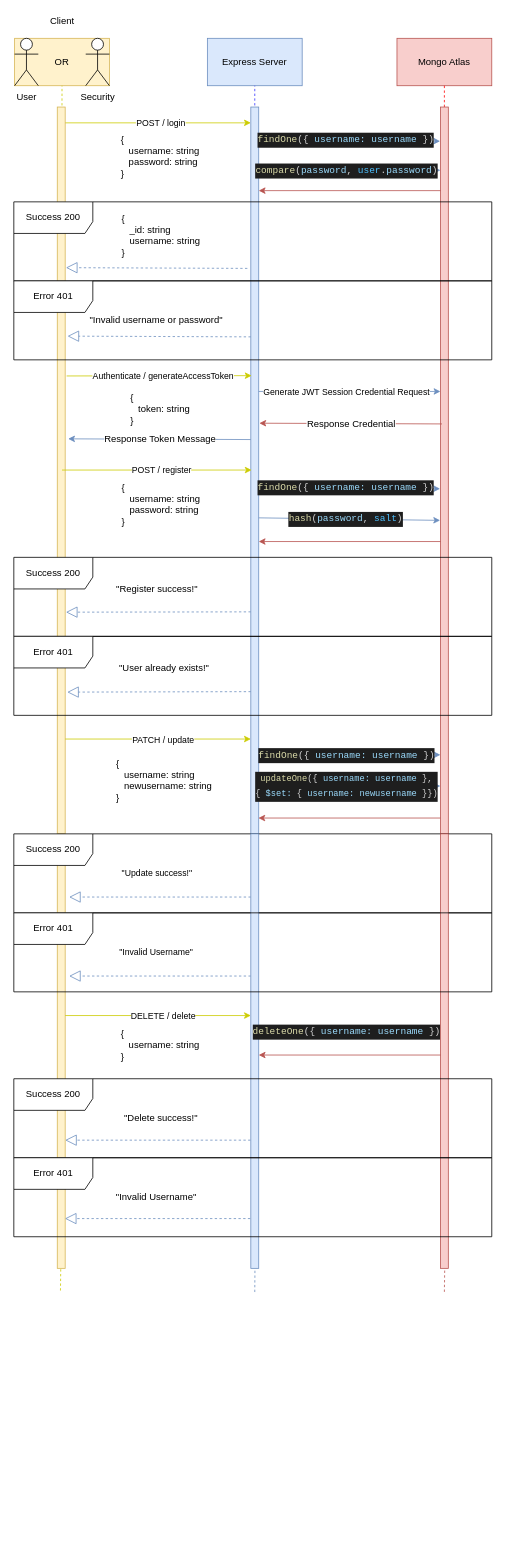
This is page "Page-3" (3 of 3) of Entity Relationship Diagram & Use Case Diagram & Sequence Diagram.drawio from YiDong7120/Visitor-Management-System, a draw.io file, before an edit. Source tidied: cells renumbered, new cells numbered last; positions are measured from the earlier drawing's top-left corner, leaving out a move shared by most shapes. Both pictures are drawn from the tidied source at 79%, with x=0, y=0 at pixel (13, 13).
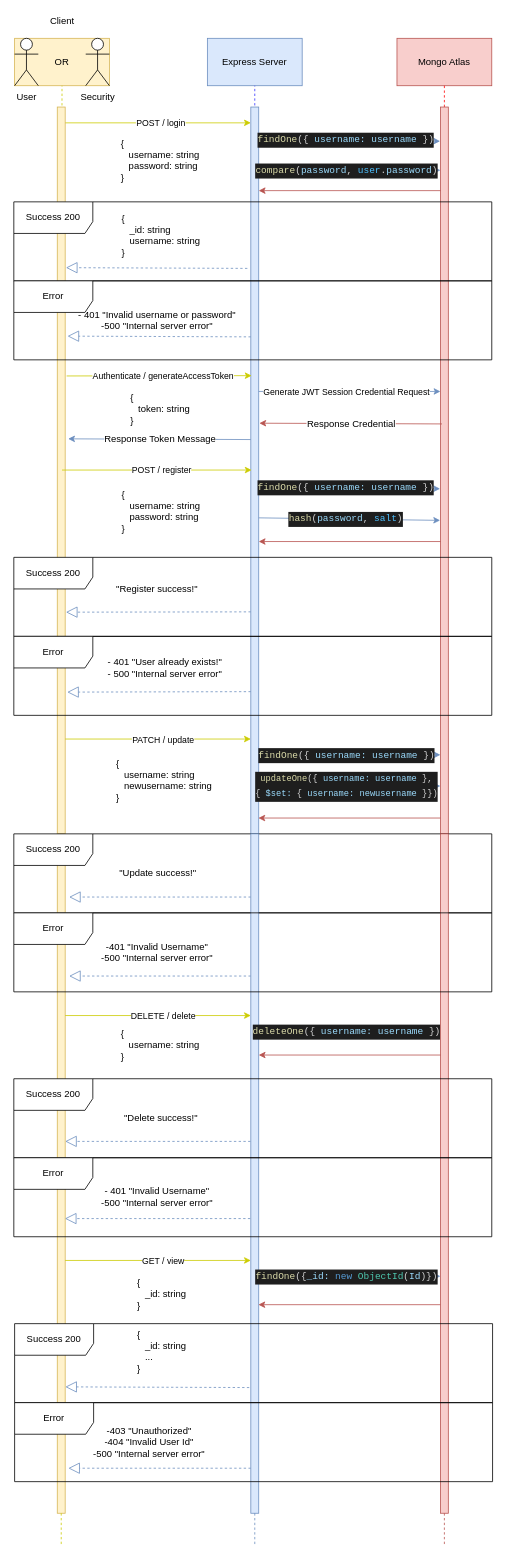
The same diagram, later.

The edit, as a diff of the source:
```diff
@@
     <mxCell id="13" value="&lt;div style=&quot;text-align: left&quot;&gt;&lt;span&gt;&amp;nbsp; &amp;nbsp;{&lt;/span&gt;&lt;/div&gt;&lt;div style=&quot;text-align: left&quot;&gt;&lt;span&gt;&amp;nbsp; &amp;nbsp; &amp;nbsp; username: string&lt;/span&gt;&lt;/div&gt;&lt;div style=&quot;text-align: left&quot;&gt;&lt;span&gt;&amp;nbsp; &amp;nbsp; &amp;nbsp; password: string&lt;/span&gt;&lt;/div&gt;&lt;div style=&quot;text-align: left&quot;&gt;&lt;span&gt;&amp;nbsp; &amp;nbsp;}&lt;/span&gt;&lt;/div&gt;&lt;div style=&quot;text-align: left&quot;&gt;&lt;span&gt;&lt;br&gt;&lt;/span&gt;&lt;/div&gt;" style="text;html=1;align=center;verticalAlign=middle;strokeColor=none;fillColor=none;" parent="1" vertex="1">
-      <mxGeometry x="120" y="148" width="120" height="80" as="geometry" />
+      <mxGeometry x="120" y="153" width="120" height="80" as="geometry" />
     </mxCell>
@@
-    <mxCell id="25" value="Error 401" style="shape=umlFrame;whiteSpace=wrap;html=1;labelBackgroundColor=#FFFFFF;fontSize=12;width=100;height=40;" parent="1" vertex="1">
+    <mxCell id="25" value="Error" style="shape=umlFrame;whiteSpace=wrap;html=1;labelBackgroundColor=#FFFFFF;fontSize=12;width=100;height=40;" parent="1" vertex="1">
       <mxGeometry y="338" width="605" height="100" as="geometry" />
     </mxCell>
-    <mxCell id="26" value="&quot;Invalid username or password&quot;" style="text;html=1;align=center;verticalAlign=middle;strokeColor=none;fillColor=none;fontSize=12;" parent="1" vertex="1">
-      <mxGeometry x="90" y="378" width="180" height="20" as="geometry" />
+    <mxCell id="26" value="- 401 &quot;Invalid username or password&quot;&lt;br&gt;-500 &quot;Internal server error&quot;" style="text;html=1;align=center;verticalAlign=middle;strokeColor=none;fillColor=none;fontSize=12;" parent="1" vertex="1">
+      <mxGeometry x="76" y="372" width="209" height="32" as="geometry" />
     </mxCell>
@@
     <mxCell id="40" value="&lt;div style=&quot;text-align: left&quot;&gt;&lt;span&gt;&amp;nbsp; &amp;nbsp;{&lt;/span&gt;&lt;/div&gt;&lt;div style=&quot;text-align: left&quot;&gt;&lt;span&gt;&amp;nbsp; &amp;nbsp; &amp;nbsp; username: string&lt;/span&gt;&lt;/div&gt;&lt;div style=&quot;text-align: left&quot;&gt;&lt;span&gt;&amp;nbsp; &amp;nbsp; &amp;nbsp; password: string&lt;/span&gt;&lt;/div&gt;&lt;div style=&quot;text-align: left&quot;&gt;&lt;span&gt;&amp;nbsp; &amp;nbsp;}&lt;/span&gt;&lt;/div&gt;&lt;div style=&quot;text-align: left&quot;&gt;&lt;span&gt;&lt;br&gt;&lt;/span&gt;&lt;/div&gt;" style="text;html=1;align=center;verticalAlign=middle;strokeColor=none;fillColor=none;" parent="1" vertex="1">
-      <mxGeometry x="121" y="588" width="120" height="80" as="geometry" />
+      <mxGeometry x="121" y="597" width="120" height="80" as="geometry" />
     </mxCell>
@@
-    <mxCell id="49" value="&quot;User already exists!&quot;" style="text;html=1;align=center;verticalAlign=middle;strokeColor=none;fillColor=none;fontSize=12;" parent="1" vertex="1">
-      <mxGeometry x="125" y="818" width="130" height="20" as="geometry" />
+    <mxCell id="49" value="- 401 &quot;User already exists!&quot;&lt;br&gt;- 500 &quot;Internal server error&quot;" style="text;html=1;align=center;verticalAlign=middle;strokeColor=none;fillColor=none;fontSize=12;" parent="1" vertex="1">
+      <mxGeometry x="113" y="812" width="155" height="32" as="geometry" />
     </mxCell>
@@
-    <mxCell id="51" value="Error 401" style="shape=umlFrame;whiteSpace=wrap;html=1;labelBackgroundColor=#FFFFFF;fontSize=12;width=100;height=40;" parent="1" vertex="1">
+    <mxCell id="51" value="Error" style="shape=umlFrame;whiteSpace=wrap;html=1;labelBackgroundColor=#FFFFFF;fontSize=12;width=100;height=40;" parent="1" vertex="1">
       <mxGeometry y="788" width="605" height="100" as="geometry" />
     </mxCell>
@@
     <mxCell id="60" style="html=1;points=[];perimeter=orthogonalPerimeter;labelBackgroundColor=#FFFFFF;fontSize=11;fillColor=#fff2cc;strokeColor=#d6b656;" parent="1" vertex="1">
-      <mxGeometry x="55" y="1038" width="10" height="550" as="geometry" />
+      <mxGeometry x="55" y="1038" width="10" height="860" as="geometry" />
     </mxCell>
-    <mxCell id="61" value="&quot;Update success!&quot;" style="text;html=1;align=center;verticalAlign=middle;strokeColor=none;fillColor=none;fontSize=11;" parent="1" vertex="1">
-      <mxGeometry x="131" y="1078" width="100" height="20" as="geometry" />
+    <mxCell id="61" value="&lt;font style=&quot;font-size: 12px;&quot;&gt;&quot;Update success!&quot;&lt;/font&gt;" style="text;html=1;align=center;verticalAlign=middle;strokeColor=none;fillColor=none;fontSize=11;" parent="1" vertex="1">
+      <mxGeometry x="128" y="1079" width="107" height="18" as="geometry" />
     </mxCell>
@@
-    <mxCell id="64" value="&quot;Invalid Username&quot;" style="text;html=1;align=center;verticalAlign=middle;strokeColor=none;fillColor=none;fontSize=11;" parent="1" vertex="1">
-      <mxGeometry x="125" y="1178" width="110" height="20" as="geometry" />
+    <mxCell id="64" value="&lt;font style=&quot;font-size: 12px;&quot;&gt;-401 &quot;Invalid Username&quot;&lt;br&gt;-500 &quot;Internal server error&quot;&lt;/font&gt;" style="text;html=1;align=center;verticalAlign=middle;strokeColor=none;fillColor=none;fontSize=11;" parent="1" vertex="1">
+      <mxGeometry x="105" y="1172" width="151" height="32" as="geometry" />
     </mxCell>
@@
     <mxCell id="66" style="html=1;points=[];perimeter=orthogonalPerimeter;labelBackgroundColor=#FFFFFF;fontSize=11;fillColor=#dae8fc;strokeColor=#6c8ebf;" parent="1" vertex="1">
-      <mxGeometry x="300" y="1038" width="10" height="550" as="geometry" />
+      <mxGeometry x="300" y="1038" width="10" height="860" as="geometry" />
     </mxCell>
     <mxCell id="67" style="html=1;perimeter=orthogonalPerimeter;labelBackgroundColor=#FFFFFF;fontSize=11;fillColor=#f8cecc;strokeColor=#b85450;" parent="1" vertex="1">
-      <mxGeometry x="540" y="1038" width="10" height="550" as="geometry" />
+      <mxGeometry x="540" y="1038" width="10" height="860" as="geometry" />
     </mxCell>
-    <mxCell id="68" value="Error 401" style="shape=umlFrame;whiteSpace=wrap;html=1;labelBackgroundColor=#FFFFFF;fontSize=12;width=100;height=40;" parent="1" vertex="1">
+    <mxCell id="68" value="Error" style="shape=umlFrame;whiteSpace=wrap;html=1;labelBackgroundColor=#FFFFFF;fontSize=12;width=100;height=40;" parent="1" vertex="1">
       <mxGeometry y="1138" width="605" height="100" as="geometry" />
     </mxCell>
@@
-    <mxCell id="77" style="endArrow=block;dashed=1;endFill=0;endSize=12;html=1;rounded=0;fontSize=12;strokeColor=#6c8ebf;exitX=-0.04;exitY=0.705;exitDx=0;exitDy=0;exitPerimeter=0;fillColor=#dae8fc;" parent="1" edge="1" source="66" target="60">
-      <mxGeometry relative="1" as="geometry" />
+    <mxCell id="77" style="endArrow=block;dashed=1;endFill=0;endSize=12;html=1;rounded=0;fontSize=12;strokeColor=#6c8ebf;exitX=-0.04;exitY=0.705;exitDx=0;exitDy=0;exitPerimeter=0;fillColor=#dae8fc;" parent="1" edge="1">
+      <mxGeometry relative="1" as="geometry">
+        <mxPoint x="299.6" y="1427.3" as="sourcePoint" />
+        <mxPoint x="65" y="1427.3" as="targetPoint" />
+      </mxGeometry>
     </mxCell>
-    <mxCell id="78" value="&quot;Invalid Username&quot;" style="text;html=1;align=center;verticalAlign=middle;strokeColor=none;fillColor=none;fontSize=12;" parent="1" vertex="1">
-      <mxGeometry x="120" y="1488" width="120" height="20" as="geometry" />
+    <mxCell id="78" value="- 401 &quot;Invalid Username&quot;&lt;br&gt;-500 &quot;Internal server error&quot;" style="text;html=1;align=center;verticalAlign=middle;strokeColor=none;fillColor=none;fontSize=12;" parent="1" vertex="1">
+      <mxGeometry x="105" y="1482" width="151" height="32" as="geometry" />
     </mxCell>
@@
-    <mxCell id="80" value="Error 401" style="shape=umlFrame;whiteSpace=wrap;html=1;labelBackgroundColor=#FFFFFF;fontSize=12;width=100;height=40;" parent="1" vertex="1">
+    <mxCell id="80" value="Error" style="shape=umlFrame;whiteSpace=wrap;html=1;labelBackgroundColor=#FFFFFF;fontSize=12;width=100;height=40;" parent="1" vertex="1">
       <mxGeometry y="1448" width="605" height="100" as="geometry" />
     </mxCell>
-    <mxCell id="81" style="endArrow=none;dashed=1;html=1;rounded=0;fontSize=12;strokeColor=#CCCC00;exitX=0.54;exitY=1.002;exitDx=0;exitDy=0;exitPerimeter=0;" parent="1" edge="1">
+    <mxCell id="81" style="endArrow=none;dashed=1;html=1;rounded=0;fontSize=12;strokeColor=#CCCC00;" parent="1" edge="1">
       <mxGeometry relative="1" as="geometry">
-        <mxPoint x="59.4" y="1589.1" as="sourcePoint" />
-        <mxPoint x="59" y="1618" as="targetPoint" />
+        <mxPoint x="60" y="1898" as="sourcePoint" />
+        <mxPoint x="60" y="1938" as="targetPoint" />
       </mxGeometry>
     </mxCell>
-    <mxCell id="82" style="endArrow=none;dashed=1;html=1;rounded=0;fontSize=12;strokeColor=#6c8ebf;fillColor=#dae8fc;entryX=0.52;entryY=1.003;entryDx=0;entryDy=0;entryPerimeter=0;" parent="1" edge="1">
+    <mxCell id="82" style="endArrow=none;dashed=1;html=1;rounded=0;fontSize=12;strokeColor=#6c8ebf;fillColor=#dae8fc;" parent="1" edge="1">
       <mxGeometry relative="1" as="geometry">
-        <mxPoint x="305" y="1618" as="sourcePoint" />
-        <mxPoint x="305.2" y="1589.7" as="targetPoint" />
+        <mxPoint x="305" y="1898" as="sourcePoint" />
+        <mxPoint x="305" y="1938" as="targetPoint" />
       </mxGeometry>
     </mxCell>
-    <mxCell id="83" style="endArrow=none;dashed=1;html=1;rounded=0;fontSize=12;strokeColor=#b85450;exitX=0.44;exitY=1.005;exitDx=0;exitDy=0;exitPerimeter=0;fillColor=#f8cecc;" parent="1" edge="1">
+    <mxCell id="83" style="endArrow=none;dashed=1;html=1;rounded=0;fontSize=12;strokeColor=#b85450;fillColor=#f8cecc;" parent="1" edge="1">
       <mxGeometry relative="1" as="geometry">
-        <mxPoint x="545.4" y="1590.8" as="sourcePoint" />
-        <mxPoint x="545" y="1618" as="targetPoint" />
+        <mxPoint x="545" y="1898" as="sourcePoint" />
+        <mxPoint x="545" y="1938" as="targetPoint" />
       </mxGeometry>
     </mxCell>
+    <mxCell id="84" style="endArrow=classic;html=1;rounded=0;strokeColor=#CCCC00;" parent="1" edge="1">
+      <mxGeometry relative="1" as="geometry">
+        <mxPoint x="65" y="1578" as="sourcePoint" />
+        <mxPoint x="300" y="1578" as="targetPoint" />
+      </mxGeometry>
+    </mxCell>
+    <mxCell id="85" value="GET / view" style="edgeLabel;html=1;align=center;verticalAlign=middle;" parent="84" vertex="1">
+      <mxGeometry relative="1" as="geometry">
+        <mxPoint x="5" as="offset" />
+      </mxGeometry>
+    </mxCell>
+    <mxCell id="86" value="&lt;div style=&quot;text-align: left&quot;&gt;&lt;span&gt;&amp;nbsp; &amp;nbsp;{&lt;/span&gt;&lt;/div&gt;&lt;div style=&quot;text-align: left&quot;&gt;&lt;span&gt;&amp;nbsp; &amp;nbsp; &amp;nbsp; _id: string&lt;/span&gt;&lt;/div&gt;&lt;div style=&quot;text-align: left&quot;&gt;&lt;span&gt;&amp;nbsp; &amp;nbsp;}&lt;/span&gt;&lt;/div&gt;&lt;div style=&quot;text-align: left&quot;&gt;&lt;span&gt;&lt;br&gt;&lt;/span&gt;&lt;/div&gt;" style="text;html=1;align=center;verticalAlign=middle;strokeColor=none;fillColor=none;" parent="1" vertex="1">
+      <mxGeometry x="136.5" y="1598" width="90" height="60" as="geometry" />
+    </mxCell>
+    <mxCell id="87" style="endArrow=classic;html=1;rounded=0;fontSize=12;strokeColor=#6c8ebf;entryX=-0.04;entryY=0.047;entryDx=0;entryDy=0;entryPerimeter=0;fillColor=#dae8fc;" parent="1" edge="1">
+      <mxGeometry relative="1" as="geometry">
+        <mxPoint x="310" y="1598" as="sourcePoint" />
+        <mxPoint x="540" y="1598" as="targetPoint" />
+      </mxGeometry>
+    </mxCell>
+    <mxCell id="88" value="&lt;div style=&quot;color: rgb(212 , 212 , 212) ; background-color: rgb(30 , 30 , 30) ; font-family: &amp;quot;consolas&amp;quot; , &amp;quot;courier new&amp;quot; , monospace ; line-height: 19px&quot;&gt;&lt;div style=&quot;font-family: Consolas, &amp;quot;Courier New&amp;quot;, monospace; line-height: 19px;&quot;&gt;&lt;span style=&quot;color: #dcdcaa;&quot;&gt;findOne&lt;/span&gt;({&lt;span style=&quot;color: #9cdcfe;&quot;&gt;_id&lt;/span&gt;&lt;span style=&quot;color: #9cdcfe;&quot;&gt;:&lt;/span&gt; &lt;span style=&quot;color: #569cd6;&quot;&gt;new&lt;/span&gt; &lt;span style=&quot;color: #4ec9b0;&quot;&gt;ObjectId&lt;/span&gt;(&lt;span style=&quot;color: #9cdcfe;&quot;&gt;Id&lt;/span&gt;)})&lt;/div&gt;&lt;/div&gt;" style="edgeLabel;html=1;align=center;verticalAlign=middle;labelBackgroundColor=#FFFFFF;fontSize=12;" parent="87" vertex="1">
+      <mxGeometry relative="1" as="geometry">
+        <mxPoint x="-5" as="offset" />
+      </mxGeometry>
+    </mxCell>
+    <mxCell id="89" style="endArrow=classic;html=1;rounded=0;fontSize=12;strokeColor=#b85450;exitX=0.04;exitY=0.115;exitDx=0;exitDy=0;exitPerimeter=0;entryX=1;entryY=0.115;entryDx=0;entryDy=0;entryPerimeter=0;fillColor=#f8cecc;" parent="1" edge="1">
+      <mxGeometry relative="1" as="geometry">
+        <mxPoint x="540" y="1634" as="sourcePoint" />
+        <mxPoint x="309.6" y="1634" as="targetPoint" />
+      </mxGeometry>
+    </mxCell>
+    <mxCell id="90" value="Success 200" style="shape=umlFrame;whiteSpace=wrap;html=1;labelBackgroundColor=#FFFFFF;fontSize=12;width=100;height=40;" parent="1" vertex="1">
+      <mxGeometry x="1" y="1658" width="605" height="100" as="geometry" />
+    </mxCell>
+    <mxCell id="91" value="Error" style="shape=umlFrame;whiteSpace=wrap;html=1;labelBackgroundColor=#FFFFFF;fontSize=12;width=100;height=40;" parent="1" vertex="1">
+      <mxGeometry x="1" y="1758" width="605" height="100" as="geometry" />
+    </mxCell>
+    <mxCell id="92" value="&lt;div style=&quot;text-align: left&quot;&gt;&lt;span&gt;&amp;nbsp; &amp;nbsp;{&lt;/span&gt;&lt;/div&gt;&lt;div style=&quot;text-align: left&quot;&gt;&lt;span&gt;&amp;nbsp; &amp;nbsp; &amp;nbsp; _id: string&lt;/span&gt;&lt;/div&gt;&lt;div style=&quot;text-align: left&quot;&gt;&lt;span&gt;&amp;nbsp; &amp;nbsp; &amp;nbsp; ...&amp;nbsp;&lt;/span&gt;&lt;/div&gt;&lt;div style=&quot;text-align: left&quot;&gt;&lt;span&gt;&amp;nbsp; &amp;nbsp;}&lt;/span&gt;&lt;/div&gt;&lt;div style=&quot;text-align: left&quot;&gt;&lt;span&gt;&lt;br&gt;&lt;/span&gt;&lt;/div&gt;" style="text;html=1;align=center;verticalAlign=middle;strokeColor=none;fillColor=none;" parent="1" vertex="1">
+      <mxGeometry x="136.5" y="1661" width="90" height="80" as="geometry" />
+    </mxCell>
+    <mxCell id="93" style="endArrow=block;dashed=1;endFill=0;endSize=12;html=1;rounded=0;fontSize=12;entryX=1.02;entryY=0.814;entryDx=0;entryDy=0;entryPerimeter=0;exitX=-0.2;exitY=0.815;exitDx=0;exitDy=0;exitPerimeter=0;fillColor=#dae8fc;strokeColor=#6c8ebf;" parent="1" edge="1" source="66" target="60">
+      <mxGeometry relative="1" as="geometry" />
+    </mxCell>
+    <mxCell id="94" value="-403 &quot;Unauthorized&quot;&lt;br&gt;-404 &quot;Invalid User Id&quot;&lt;br&gt;-500 &quot;Internal server error&quot;&lt;br&gt;" style="text;html=1;align=center;verticalAlign=middle;strokeColor=none;fillColor=none;fontSize=12;" parent="1" vertex="1">
+      <mxGeometry x="95" y="1785" width="151" height="46" as="geometry" />
+    </mxCell>
+    <mxCell id="95" style="endArrow=block;dashed=1;endFill=0;endSize=12;html=1;rounded=0;fontSize=12;fillColor=#dae8fc;strokeColor=#6c8ebf;" parent="1" edge="1">
+      <mxGeometry relative="1" as="geometry">
+        <mxPoint x="300" y="1841" as="sourcePoint" />
+        <mxPoint x="69" y="1841" as="targetPoint" />
+      </mxGeometry>
+    </mxCell>
```
